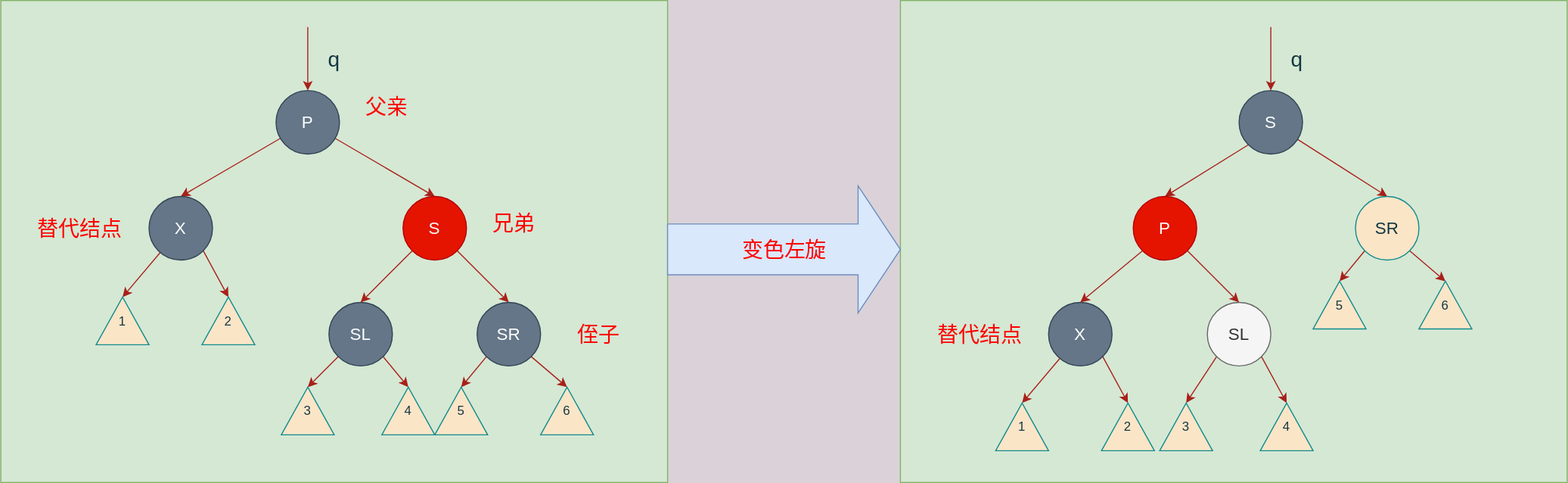
Before: Ds/Summary/images/红黑树_删除自平衡_替代为黑兄弟为红.svg, a diagram exported from draw.io (Jinhua-Lee/DsAndAlg). Source tidied: cells renumbered, new cells last; positions are measured from the earlier drawing's top-left corner, leaving out a move shared by most shapes. The source it was exported from:
```xml
<mxGraphModel background="#DAD2D8">
  <root>
    <mxCell id="0" />
    <mxCell id="1" parent="0" />
    <mxCell id="2" style="rounded=0;whiteSpace=wrap;html=1;sketch=0;strokeColor=#82b366;fillColor=#d5e8d4;" parent="1" vertex="1">
      <mxGeometry x="850" width="630" height="455" as="geometry" />
    </mxCell>
    <mxCell id="3" style="rounded=0;whiteSpace=wrap;html=1;sketch=0;strokeColor=#82b366;fillColor=#d5e8d4;" parent="1" vertex="1">
      <mxGeometry width="630" height="455" as="geometry" />
    </mxCell>
    <mxCell id="4" style="rounded=1;sketch=0;jettySize=auto;html=1;entryX=0.5;entryY=0;entryDx=0;entryDy=0;strokeColor=#A8201A;fillColor=#FAE5C7;fontColor=#143642;" parent="1" edge="1" source="6" target="10">
      <mxGeometry relative="1" as="geometry" />
    </mxCell>
    <mxCell id="5" style="edgeStyle=none;rounded=1;sketch=0;jettySize=auto;html=1;strokeColor=#A8201A;fillColor=#FAE5C7;fontColor=#143642;entryX=0.5;entryY=0;entryDx=0;entryDy=0;" parent="1" edge="1" source="6" target="13">
      <mxGeometry relative="1" as="geometry" />
    </mxCell>
    <mxCell id="6" value="&lt;font style=&quot;font-size: 16px&quot;&gt;P&lt;/font&gt;" style="ellipse;whiteSpace=wrap;html=1;rounded=0;sketch=0;strokeColor=#314354;fillColor=#647687;fontColor=#ffffff;" parent="1" vertex="1">
      <mxGeometry x="260" y="85" width="60" height="60" as="geometry" />
    </mxCell>
    <mxCell id="7" style="endArrow=classic;html=1;strokeColor=#A8201A;fillColor=#FAE5C7;fontColor=#143642;entryX=0.5;entryY=0;entryDx=0;entryDy=0;" parent="1" edge="1">
      <mxGeometry relative="1" as="geometry">
        <mxPoint x="290" y="25" as="sourcePoint" />
        <mxPoint x="290" y="85" as="targetPoint" />
      </mxGeometry>
    </mxCell>
    <mxCell id="8" style="edgeStyle=none;rounded=1;sketch=0;jettySize=auto;html=1;strokeColor=#A8201A;fillColor=#FAE5C7;fontColor=#143642;entryX=0.5;entryY=0;entryDx=0;entryDy=0;" parent="1" edge="1" source="10" target="17">
      <mxGeometry relative="1" as="geometry" />
    </mxCell>
    <mxCell id="9" style="edgeStyle=none;rounded=1;sketch=0;jettySize=auto;html=1;strokeColor=#A8201A;fillColor=#FAE5C7;fontColor=#143642;entryX=0.5;entryY=0;entryDx=0;entryDy=0;" parent="1" edge="1" source="10" target="20">
      <mxGeometry relative="1" as="geometry" />
    </mxCell>
    <mxCell id="10" value="&lt;font style=&quot;font-size: 16px&quot;&gt;S&lt;/font&gt;" style="ellipse;whiteSpace=wrap;html=1;rounded=0;sketch=0;strokeColor=#B20000;fillColor=#e51400;fontColor=#ffffff;" parent="1" vertex="1">
      <mxGeometry x="380" y="185" width="60" height="60" as="geometry" />
    </mxCell>
    <mxCell id="11" value="&lt;font style=&quot;font-size: 20px&quot;&gt;q&lt;/font&gt;" style="text;html=1;strokeColor=none;fillColor=none;align=center;verticalAlign=middle;whiteSpace=wrap;rounded=0;sketch=0;fontColor=#143642;" parent="1" vertex="1">
      <mxGeometry x="300" y="35" width="30" height="40" as="geometry" />
    </mxCell>
    <mxCell id="12" style="edgeStyle=none;rounded=1;sketch=0;jettySize=auto;html=1;strokeColor=#A8201A;fillColor=#FAE5C7;fontColor=#143642;entryX=1;entryY=0.5;entryDx=0;entryDy=0;" parent="1" edge="1" target="27">
      <mxGeometry relative="1" as="geometry">
        <mxPoint x="191.2" y="236.2" as="sourcePoint" />
      </mxGeometry>
    </mxCell>
    <mxCell id="13" value="&lt;font style=&quot;font-size: 16px&quot;&gt;X&lt;/font&gt;" style="ellipse;whiteSpace=wrap;html=1;rounded=0;sketch=0;strokeColor=#314354;fillColor=#647687;fontColor=#ffffff;" parent="1" vertex="1">
      <mxGeometry x="140" y="185" width="60" height="60" as="geometry" />
    </mxCell>
    <mxCell id="14" style="edgeStyle=none;rounded=1;sketch=0;jettySize=auto;html=1;strokeColor=#A8201A;fillColor=#FAE5C7;fontColor=#143642;entryX=1;entryY=0.5;entryDx=0;entryDy=0;" parent="1" edge="1" source="13" target="26">
      <mxGeometry relative="1" as="geometry" />
    </mxCell>
    <mxCell id="15" style="edgeStyle=none;rounded=1;sketch=0;jettySize=auto;html=1;exitX=0;exitY=1;exitDx=0;exitDy=0;strokeColor=#A8201A;fillColor=#FAE5C7;fontColor=#143642;entryX=1;entryY=0.5;entryDx=0;entryDy=0;" parent="1" edge="1" source="17" target="28">
      <mxGeometry relative="1" as="geometry" />
    </mxCell>
    <mxCell id="16" style="edgeStyle=none;rounded=1;sketch=0;jettySize=auto;html=1;exitX=1;exitY=1;exitDx=0;exitDy=0;strokeColor=#A8201A;fillColor=#FAE5C7;fontColor=#143642;entryX=1;entryY=0.5;entryDx=0;entryDy=0;" parent="1" edge="1" source="17" target="29">
      <mxGeometry relative="1" as="geometry" />
    </mxCell>
    <mxCell id="17" value="&lt;font style=&quot;font-size: 16px&quot;&gt;SL&lt;/font&gt;" style="ellipse;whiteSpace=wrap;html=1;rounded=0;sketch=0;strokeColor=#314354;fillColor=#647687;fontColor=#ffffff;" parent="1" vertex="1">
      <mxGeometry x="310" y="285" width="60" height="60" as="geometry" />
    </mxCell>
    <mxCell id="18" style="edgeStyle=none;rounded=1;sketch=0;jettySize=auto;html=1;exitX=0;exitY=1;exitDx=0;exitDy=0;strokeColor=#A8201A;fillColor=#FAE5C7;fontColor=#143642;entryX=1;entryY=0.5;entryDx=0;entryDy=0;" parent="1" edge="1" source="20" target="30">
      <mxGeometry relative="1" as="geometry" />
    </mxCell>
    <mxCell id="19" style="edgeStyle=none;rounded=1;sketch=0;jettySize=auto;html=1;exitX=1;exitY=1;exitDx=0;exitDy=0;strokeColor=#A8201A;fillColor=#FAE5C7;fontColor=#143642;entryX=1;entryY=0.5;entryDx=0;entryDy=0;" parent="1" edge="1" source="20" target="31">
      <mxGeometry relative="1" as="geometry" />
    </mxCell>
    <mxCell id="20" value="&lt;font style=&quot;font-size: 16px&quot;&gt;SR&lt;/font&gt;" style="ellipse;whiteSpace=wrap;html=1;rounded=0;sketch=0;strokeColor=#314354;fillColor=#647687;fontColor=#ffffff;" parent="1" vertex="1">
      <mxGeometry x="450" y="285" width="60" height="60" as="geometry" />
    </mxCell>
    <mxCell id="21" value="&lt;font style=&quot;font-size: 20px&quot; color=&quot;#ff0000&quot;&gt;替代结点&lt;/font&gt;" style="text;html=1;strokeColor=none;fillColor=none;align=center;verticalAlign=middle;whiteSpace=wrap;rounded=0;sketch=0;fontColor=#143642;" parent="1" vertex="1">
      <mxGeometry x="10" y="190" width="130" height="50" as="geometry" />
    </mxCell>
    <mxCell id="22" value="&lt;font style=&quot;font-size: 20px&quot; color=&quot;#ff0000&quot;&gt;父亲&lt;/font&gt;" style="text;html=1;strokeColor=none;fillColor=none;align=center;verticalAlign=middle;whiteSpace=wrap;rounded=0;sketch=0;fontColor=#143642;" parent="1" vertex="1">
      <mxGeometry x="330" y="75" width="70" height="50" as="geometry" />
    </mxCell>
    <mxCell id="23" value="&lt;font style=&quot;font-size: 20px&quot; color=&quot;#ff0000&quot;&gt;兄弟&lt;/font&gt;" style="text;html=1;strokeColor=none;fillColor=none;align=center;verticalAlign=middle;whiteSpace=wrap;rounded=0;sketch=0;fontColor=#143642;" parent="1" vertex="1">
      <mxGeometry x="450" y="185" width="70" height="50" as="geometry" />
    </mxCell>
    <mxCell id="24" value="&lt;font style=&quot;font-size: 20px&quot; color=&quot;#ff0000&quot;&gt;侄子&lt;/font&gt;" style="text;html=1;strokeColor=none;fillColor=none;align=center;verticalAlign=middle;whiteSpace=wrap;rounded=0;sketch=0;fontColor=#143642;" parent="1" vertex="1">
      <mxGeometry x="530" y="290" width="70" height="50" as="geometry" />
    </mxCell>
    <mxCell id="25" value="&lt;font style=&quot;font-size: 20px&quot; color=&quot;#ff0000&quot;&gt;变色左旋&lt;/font&gt;" style="html=1;shadow=0;dashed=0;align=center;verticalAlign=middle;shape=mxgraph.arrows2.arrow;dy=0.6;dx=40;notch=0;rounded=0;sketch=0;strokeColor=#6c8ebf;fillColor=#dae8fc;" parent="1" vertex="1">
      <mxGeometry x="630" y="175" width="220" height="120" as="geometry" />
    </mxCell>
    <mxCell id="26" value="1" style="triangle;whiteSpace=wrap;html=1;rounded=0;sketch=0;strokeColor=#0F8B8D;fillColor=#FAE5C7;fontColor=#143642;direction=north;" parent="1" vertex="1">
      <mxGeometry x="90" y="280" width="50" height="45" as="geometry" />
    </mxCell>
    <mxCell id="27" value="2" style="triangle;whiteSpace=wrap;html=1;rounded=0;sketch=0;strokeColor=#0F8B8D;fillColor=#FAE5C7;fontColor=#143642;direction=north;" parent="1" vertex="1">
      <mxGeometry x="190" y="280" width="50" height="45" as="geometry" />
    </mxCell>
    <mxCell id="28" value="3" style="triangle;whiteSpace=wrap;html=1;rounded=0;sketch=0;strokeColor=#0F8B8D;fillColor=#FAE5C7;fontColor=#143642;direction=north;" parent="1" vertex="1">
      <mxGeometry x="265" y="365" width="50" height="45" as="geometry" />
    </mxCell>
    <mxCell id="29" value="4" style="triangle;whiteSpace=wrap;html=1;rounded=0;sketch=0;strokeColor=#0F8B8D;fillColor=#FAE5C7;fontColor=#143642;direction=north;" parent="1" vertex="1">
      <mxGeometry x="360" y="365" width="50" height="45" as="geometry" />
    </mxCell>
    <mxCell id="30" value="5" style="triangle;whiteSpace=wrap;html=1;rounded=0;sketch=0;strokeColor=#0F8B8D;fillColor=#FAE5C7;fontColor=#143642;direction=north;" parent="1" vertex="1">
      <mxGeometry x="410" y="365" width="50" height="45" as="geometry" />
    </mxCell>
    <mxCell id="31" value="6" style="triangle;whiteSpace=wrap;html=1;rounded=0;sketch=0;strokeColor=#0F8B8D;fillColor=#FAE5C7;fontColor=#143642;direction=north;" parent="1" vertex="1">
      <mxGeometry x="510" y="365" width="50" height="45" as="geometry" />
    </mxCell>
    <mxCell id="32" style="rounded=1;sketch=0;jettySize=auto;html=1;strokeColor=#A8201A;fillColor=#FAE5C7;fontColor=#143642;exitX=0;exitY=1;exitDx=0;exitDy=0;entryX=0.5;entryY=0;entryDx=0;entryDy=0;" parent="1" edge="1" source="38" target="35">
      <mxGeometry relative="1" as="geometry" />
    </mxCell>
    <mxCell id="33" style="edgeStyle=none;rounded=1;sketch=0;jettySize=auto;html=1;strokeColor=#A8201A;fillColor=#FAE5C7;fontColor=#143642;entryX=0.5;entryY=0;entryDx=0;entryDy=0;exitX=0;exitY=1;exitDx=0;exitDy=0;" parent="1" edge="1" source="35" target="41">
      <mxGeometry relative="1" as="geometry" />
    </mxCell>
    <mxCell id="34" style="rounded=1;sketch=0;jettySize=auto;html=1;exitX=1;exitY=1;exitDx=0;exitDy=0;entryX=0.5;entryY=0;entryDx=0;entryDy=0;strokeColor=#A8201A;fillColor=#FAE5C7;fontColor=#143642;" parent="1" edge="1" source="35" target="45">
      <mxGeometry relative="1" as="geometry" />
    </mxCell>
    <mxCell id="35" value="&lt;font style=&quot;font-size: 16px&quot;&gt;P&lt;/font&gt;" style="ellipse;whiteSpace=wrap;html=1;rounded=0;sketch=0;strokeColor=#B20000;fillColor=#e51400;fontColor=#ffffff;" parent="1" vertex="1">
      <mxGeometry x="1070" y="185" width="60" height="60" as="geometry" />
    </mxCell>
    <mxCell id="36" style="endArrow=classic;html=1;strokeColor=#A8201A;fillColor=#FAE5C7;fontColor=#143642;entryX=0.5;entryY=0;entryDx=0;entryDy=0;" parent="1" edge="1" target="38">
      <mxGeometry relative="1" as="geometry">
        <mxPoint x="1200" y="25" as="sourcePoint" />
      </mxGeometry>
    </mxCell>
    <mxCell id="37" style="edgeStyle=none;rounded=1;sketch=0;jettySize=auto;html=1;strokeColor=#A8201A;fillColor=#FAE5C7;fontColor=#143642;entryX=0.5;entryY=0;entryDx=0;entryDy=0;" parent="1" edge="1" source="38" target="48">
      <mxGeometry relative="1" as="geometry" />
    </mxCell>
    <mxCell id="38" value="&lt;font style=&quot;font-size: 16px&quot;&gt;S&lt;/font&gt;" style="ellipse;whiteSpace=wrap;html=1;rounded=0;sketch=0;strokeColor=#314354;fillColor=#647687;fontColor=#ffffff;" parent="1" vertex="1">
      <mxGeometry x="1170" y="85" width="60" height="60" as="geometry" />
    </mxCell>
    <mxCell id="39" value="&lt;font style=&quot;font-size: 20px&quot;&gt;q&lt;/font&gt;" style="text;html=1;strokeColor=none;fillColor=none;align=center;verticalAlign=middle;whiteSpace=wrap;rounded=0;sketch=0;fontColor=#143642;" parent="1" vertex="1">
      <mxGeometry x="1210" y="35" width="30" height="40" as="geometry" />
    </mxCell>
    <mxCell id="40" style="edgeStyle=none;rounded=1;sketch=0;jettySize=auto;html=1;strokeColor=#A8201A;fillColor=#FAE5C7;fontColor=#143642;entryX=1;entryY=0.5;entryDx=0;entryDy=0;" parent="1" edge="1" target="51">
      <mxGeometry relative="1" as="geometry">
        <mxPoint x="1041.2" y="336.2" as="sourcePoint" />
      </mxGeometry>
    </mxCell>
    <mxCell id="41" value="&lt;font style=&quot;font-size: 16px&quot;&gt;X&lt;/font&gt;" style="ellipse;whiteSpace=wrap;html=1;rounded=0;sketch=0;strokeColor=#314354;fillColor=#647687;fontColor=#ffffff;" parent="1" vertex="1">
      <mxGeometry x="990" y="285" width="60" height="60" as="geometry" />
    </mxCell>
    <mxCell id="42" style="edgeStyle=none;rounded=1;sketch=0;jettySize=auto;html=1;strokeColor=#A8201A;fillColor=#FAE5C7;fontColor=#143642;entryX=1;entryY=0.5;entryDx=0;entryDy=0;" parent="1" edge="1" source="41" target="50">
      <mxGeometry relative="1" as="geometry" />
    </mxCell>
    <mxCell id="43" style="edgeStyle=none;rounded=1;sketch=0;jettySize=auto;html=1;exitX=0;exitY=1;exitDx=0;exitDy=0;strokeColor=#A8201A;fillColor=#FAE5C7;fontColor=#143642;entryX=1;entryY=0.5;entryDx=0;entryDy=0;" parent="1" edge="1" source="45" target="52">
      <mxGeometry relative="1" as="geometry" />
    </mxCell>
    <mxCell id="44" style="edgeStyle=none;rounded=1;sketch=0;jettySize=auto;html=1;exitX=1;exitY=1;exitDx=0;exitDy=0;strokeColor=#A8201A;fillColor=#FAE5C7;fontColor=#143642;entryX=1;entryY=0.5;entryDx=0;entryDy=0;" parent="1" edge="1" source="45" target="53">
      <mxGeometry relative="1" as="geometry" />
    </mxCell>
    <mxCell id="45" value="&lt;font style=&quot;font-size: 16px&quot;&gt;SL&lt;/font&gt;" style="ellipse;whiteSpace=wrap;html=1;rounded=0;sketch=0;strokeColor=#666666;fillColor=#f5f5f5;fontColor=#333333;" parent="1" vertex="1">
      <mxGeometry x="1140" y="285" width="60" height="60" as="geometry" />
    </mxCell>
    <mxCell id="46" style="edgeStyle=none;rounded=1;sketch=0;jettySize=auto;html=1;exitX=0;exitY=1;exitDx=0;exitDy=0;strokeColor=#A8201A;fillColor=#FAE5C7;fontColor=#143642;entryX=1;entryY=0.5;entryDx=0;entryDy=0;" parent="1" edge="1" source="48" target="54">
      <mxGeometry relative="1" as="geometry" />
    </mxCell>
    <mxCell id="47" style="edgeStyle=none;rounded=1;sketch=0;jettySize=auto;html=1;exitX=1;exitY=1;exitDx=0;exitDy=0;strokeColor=#A8201A;fillColor=#FAE5C7;fontColor=#143642;entryX=1;entryY=0.5;entryDx=0;entryDy=0;" parent="1" edge="1" source="48" target="55">
      <mxGeometry relative="1" as="geometry" />
    </mxCell>
    <mxCell id="48" value="&lt;font style=&quot;font-size: 16px&quot;&gt;SR&lt;/font&gt;" style="ellipse;whiteSpace=wrap;html=1;rounded=0;sketch=0;strokeColor=#0F8B8D;fillColor=#FAE5C7;fontColor=#143642;" parent="1" vertex="1">
      <mxGeometry x="1280" y="185" width="60" height="60" as="geometry" />
    </mxCell>
    <mxCell id="49" value="&lt;font style=&quot;font-size: 20px&quot; color=&quot;#ff0000&quot;&gt;替代结点&lt;/font&gt;" style="text;html=1;strokeColor=none;fillColor=none;align=center;verticalAlign=middle;whiteSpace=wrap;rounded=0;sketch=0;fontColor=#143642;" parent="1" vertex="1">
      <mxGeometry x="860" y="290" width="130" height="50" as="geometry" />
    </mxCell>
    <mxCell id="50" value="1" style="triangle;whiteSpace=wrap;html=1;rounded=0;sketch=0;strokeColor=#0F8B8D;fillColor=#FAE5C7;fontColor=#143642;direction=north;" parent="1" vertex="1">
      <mxGeometry x="940" y="380" width="50" height="45" as="geometry" />
    </mxCell>
    <mxCell id="51" value="2" style="triangle;whiteSpace=wrap;html=1;rounded=0;sketch=0;strokeColor=#0F8B8D;fillColor=#FAE5C7;fontColor=#143642;direction=north;" parent="1" vertex="1">
      <mxGeometry x="1040" y="380" width="50" height="45" as="geometry" />
    </mxCell>
    <mxCell id="52" value="3" style="triangle;whiteSpace=wrap;html=1;rounded=0;sketch=0;strokeColor=#0F8B8D;fillColor=#FAE5C7;fontColor=#143642;direction=north;" parent="1" vertex="1">
      <mxGeometry x="1095" y="380" width="50" height="45" as="geometry" />
    </mxCell>
    <mxCell id="53" value="4" style="triangle;whiteSpace=wrap;html=1;rounded=0;sketch=0;strokeColor=#0F8B8D;fillColor=#FAE5C7;fontColor=#143642;direction=north;" parent="1" vertex="1">
      <mxGeometry x="1190" y="380" width="50" height="45" as="geometry" />
    </mxCell>
    <mxCell id="54" value="5" style="triangle;whiteSpace=wrap;html=1;rounded=0;sketch=0;strokeColor=#0F8B8D;fillColor=#FAE5C7;fontColor=#143642;direction=north;" parent="1" vertex="1">
      <mxGeometry x="1240" y="265" width="50" height="45" as="geometry" />
    </mxCell>
    <mxCell id="55" value="6" style="triangle;whiteSpace=wrap;html=1;rounded=0;sketch=0;strokeColor=#0F8B8D;fillColor=#FAE5C7;fontColor=#143642;direction=north;" parent="1" vertex="1">
      <mxGeometry x="1340" y="265" width="50" height="45" as="geometry" />
    </mxCell>
  </root>
</mxGraphModel>
```
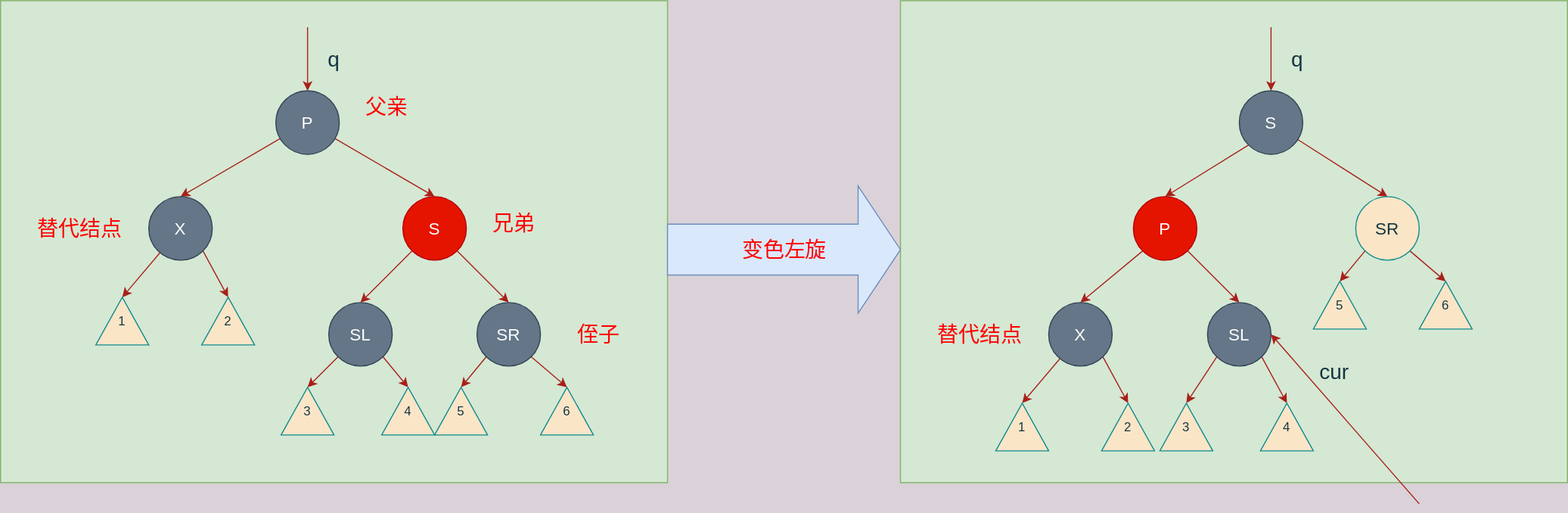
The same diagram one commit later.

Commit message:
添加删除自平衡情况的图

What changed in the source:
```diff
@@ -140,7 +140,7 @@
     <mxCell id="44" style="edgeStyle=none;rounded=1;sketch=0;jettySize=auto;html=1;exitX=1;exitY=1;exitDx=0;exitDy=0;strokeColor=#A8201A;fillColor=#FAE5C7;fontColor=#143642;entryX=1;entryY=0.5;entryDx=0;entryDy=0;" parent="1" edge="1" source="45" target="53">
       <mxGeometry relative="1" as="geometry" />
     </mxCell>
-    <mxCell id="45" value="&lt;font style=&quot;font-size: 16px&quot;&gt;SL&lt;/font&gt;" style="ellipse;whiteSpace=wrap;html=1;rounded=0;sketch=0;strokeColor=#666666;fillColor=#f5f5f5;fontColor=#333333;" parent="1" vertex="1">
+    <mxCell id="45" value="&lt;font style=&quot;font-size: 16px&quot;&gt;SL&lt;/font&gt;" style="ellipse;whiteSpace=wrap;html=1;rounded=0;sketch=0;strokeColor=#314354;fillColor=#647687;fontColor=#ffffff;" parent="1" vertex="1">
       <mxGeometry x="1140" y="285" width="60" height="60" as="geometry" />
     </mxCell>
     <mxCell id="46" style="edgeStyle=none;rounded=1;sketch=0;jettySize=auto;html=1;exitX=0;exitY=1;exitDx=0;exitDy=0;strokeColor=#A8201A;fillColor=#FAE5C7;fontColor=#143642;entryX=1;entryY=0.5;entryDx=0;entryDy=0;" parent="1" edge="1" source="48" target="54">
@@ -173,5 +173,13 @@
     <mxCell id="55" value="6" style="triangle;whiteSpace=wrap;html=1;rounded=0;sketch=0;strokeColor=#0F8B8D;fillColor=#FAE5C7;fontColor=#143642;direction=north;" parent="1" vertex="1">
       <mxGeometry x="1340" y="265" width="50" height="45" as="geometry" />
     </mxCell>
+    <mxCell id="56" style="endArrow=classic;html=1;strokeColor=#A8201A;fillColor=#FAE5C7;fontColor=#143642;entryX=1;entryY=0.5;entryDx=0;entryDy=0;" parent="1" edge="1" target="45">
+      <mxGeometry relative="1" as="geometry">
+        <mxPoint x="1340" y="475" as="sourcePoint" />
+      </mxGeometry>
+    </mxCell>
+    <mxCell id="57" value="&lt;font style=&quot;font-size: 20px&quot;&gt;cur&lt;/font&gt;" style="text;html=1;strokeColor=none;fillColor=none;align=center;verticalAlign=middle;whiteSpace=wrap;rounded=0;sketch=0;fontColor=#143642;" parent="1" vertex="1">
+      <mxGeometry x="1240" y="340" width="40" height="20" as="geometry" />
+    </mxCell>
   </root>
 </mxGraphModel>
```
